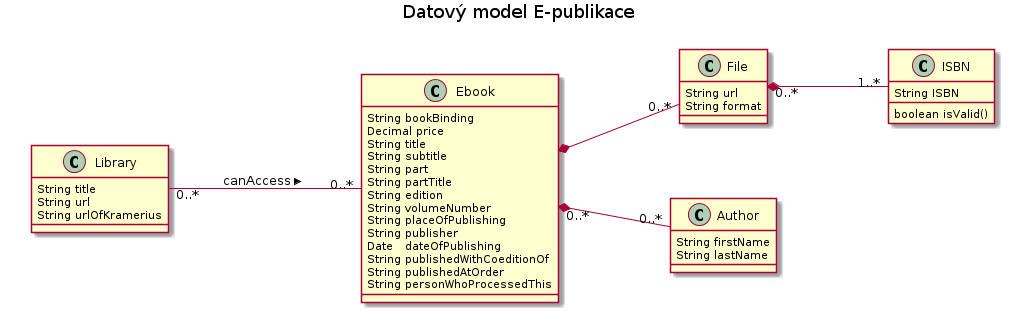
Before: docs/dm01.png, a diagram exported from PlantUML (edeposit/edeposit.policy).
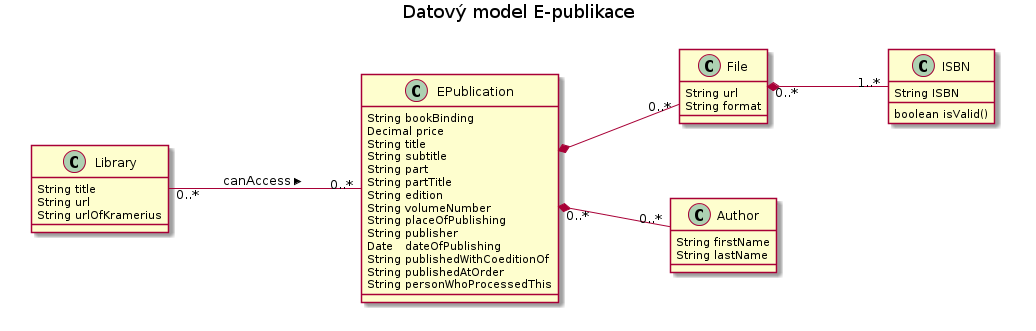
After the commit.

Commit message:
remamed ebook to epublication

Diff of the diagram source:
```diff
@@ -23,7 +23,7 @@
       String lastName
 }
 
-class Ebook {
+class EPublication {
       String bookBinding
       Decimal price
       String title
@@ -40,9 +40,9 @@
       String personWhoProcessedThis
 }
 
-Library "0..*" -- "0..*" Ebook: canAccess >
-Ebook *-- "0..*" File
-Ebook "0..*" *-- "0..*" Author
+Library "0..*" -- "0..*" EPublication: canAccess >
+EPublication *-- "0..*" File
+EPublication "0..*" *-- "0..*" Author
 File "0..*" *-- "1..*" ISBN
 
 
```
